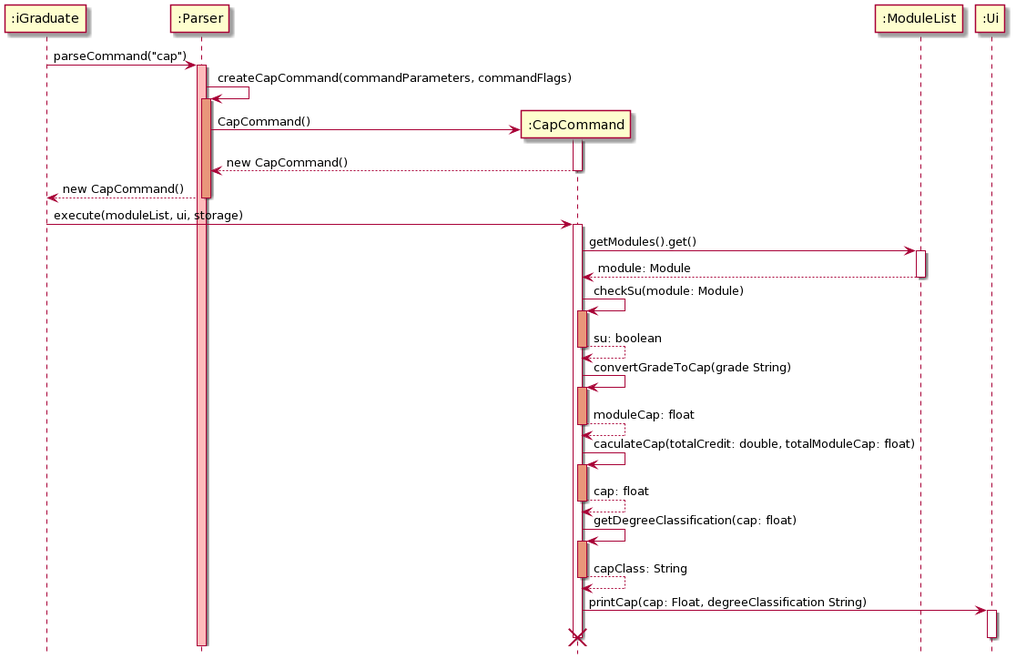
This is docs/images/CapCommandSequenceDiagram.png from oscarlai1998/tp, a PlantUML export, as it was before one commit.
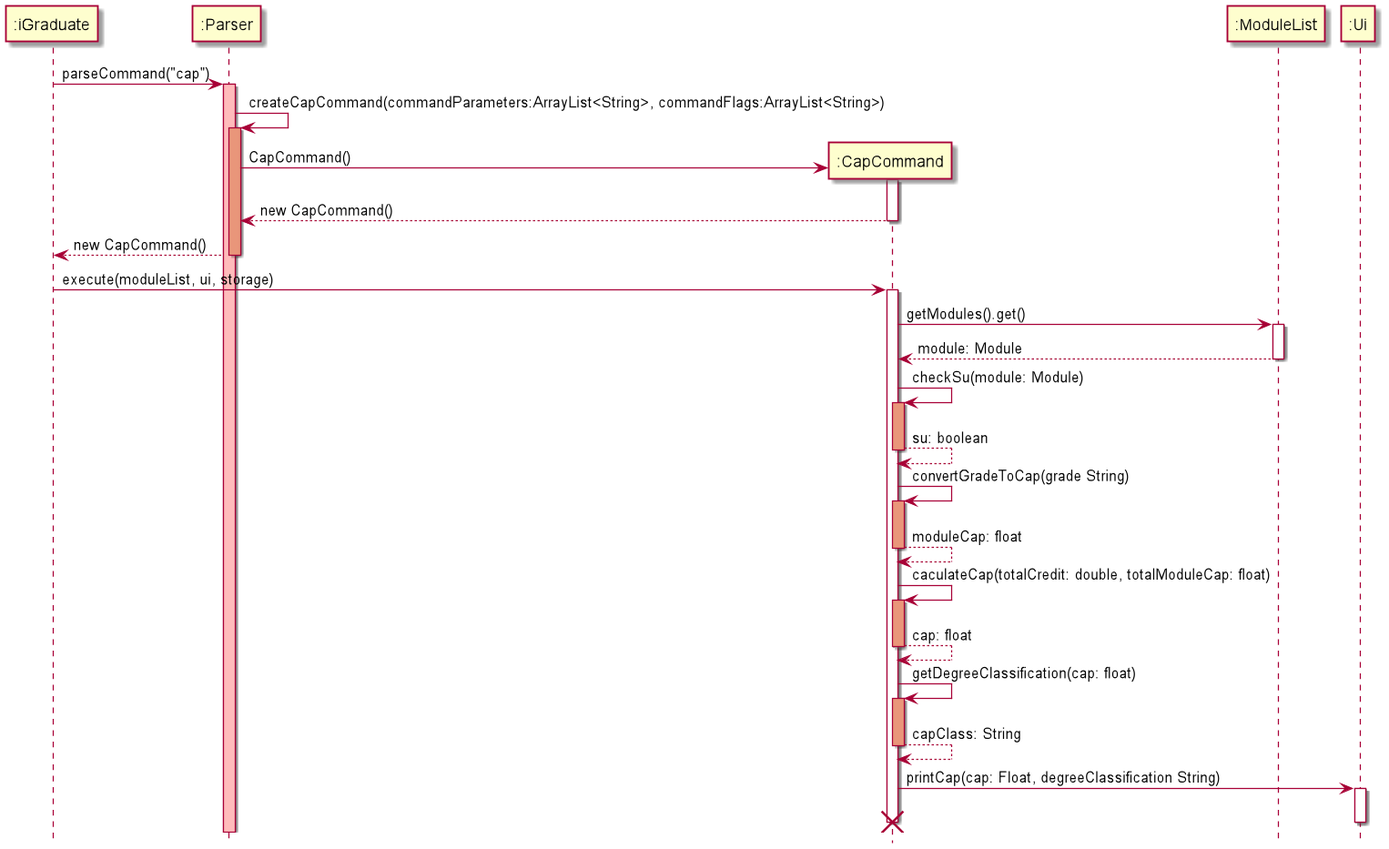
The same diagram one commit later.

Change to the diagram source:
```diff
@@ -10,7 +10,7 @@
 iGraduate -> Parser: parseCommand("cap")
 activate Parser #FFBBBB
 
-Parser -> Parser: createCapCommand(commandParameters, commandFlags)
+Parser -> Parser: createCapCommand(commandParameters:ArrayList<String>, commandFlags:ArrayList<String>)
 activate Parser #DarkSalmon
 
 create CapCommand
@@ -50,4 +50,5 @@
 activate Ui
 deactivate Ui
 destroy CapCommand
+
 @enduml
```
